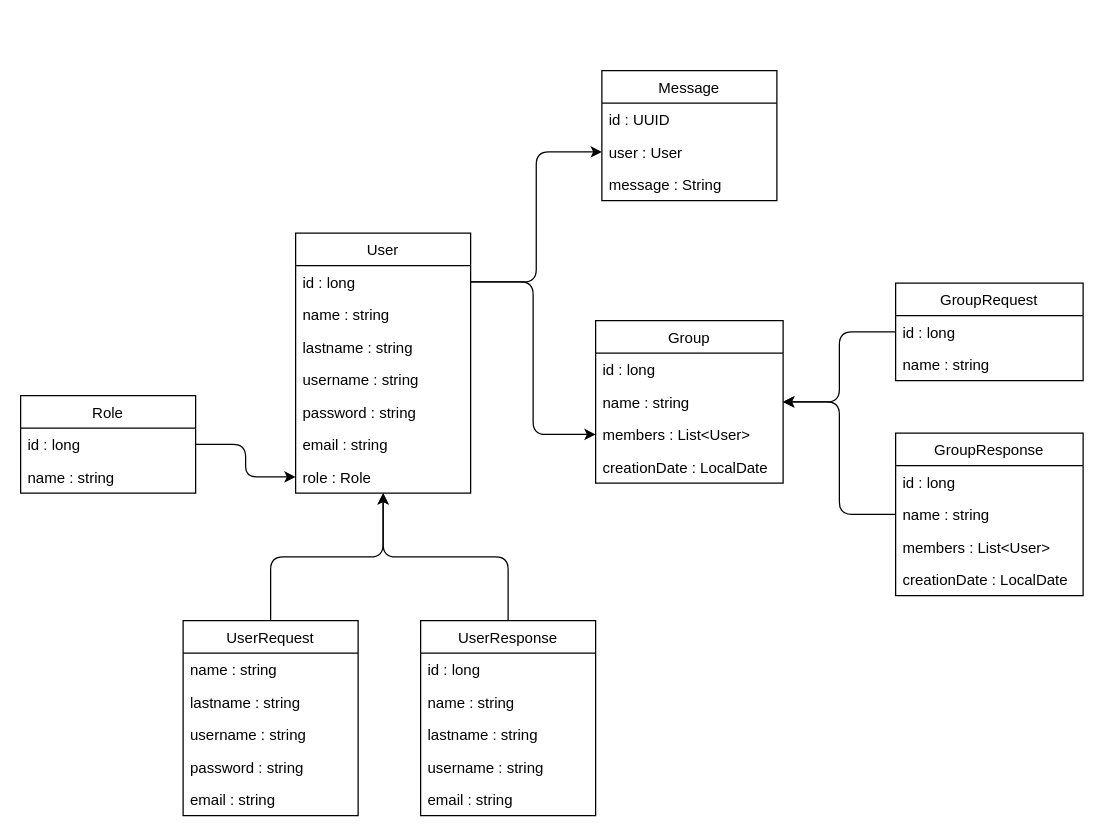
Earlier version of the draw.io diagram er-diagram.drawio (DanteDeLordran/TeamTalk-backend). Source tidied: cells renumbered, new cells numbered last; positions are measured from the earlier drawing's top-left corner, leaving out a move shared by most shapes. Both pictures are drawn from the tidied source at 125%, with x=0, y=0 at pixel (20, 70).
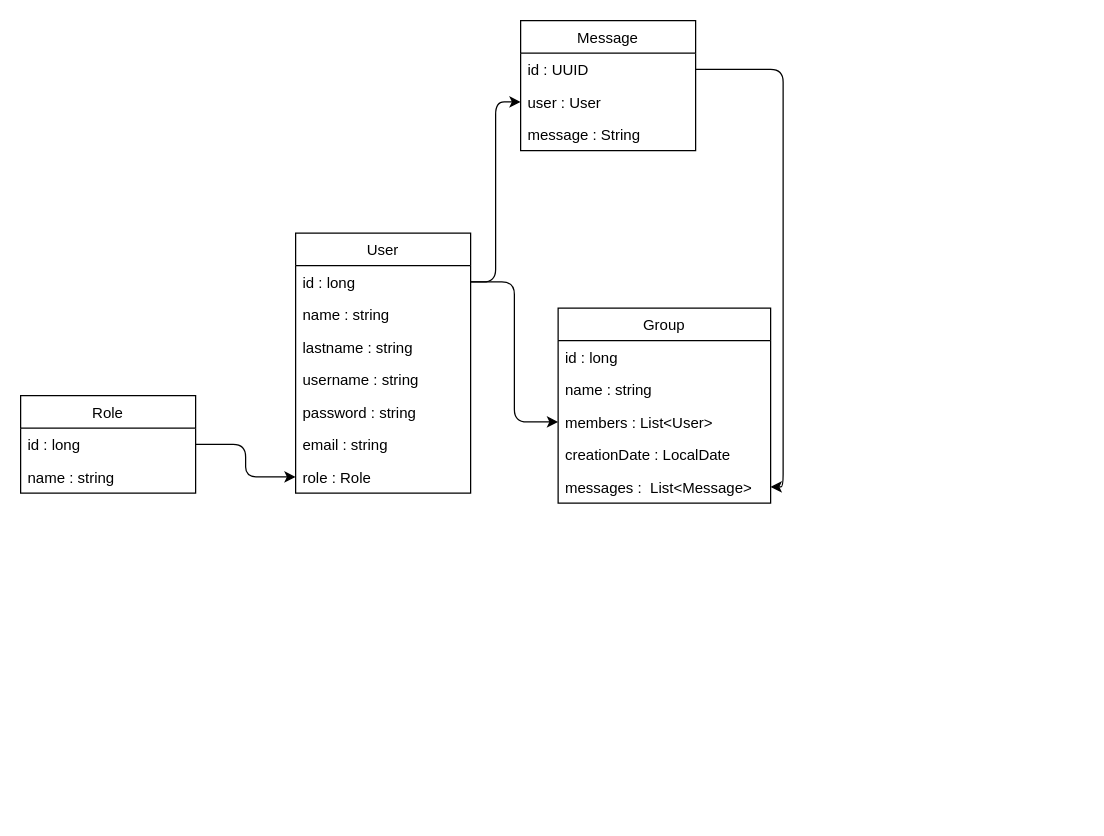
The same page after the edit.

Commit message (it also covers changes not shown here):
Refactored diagram and added Message entity

Unchanged cells that the change refers to:
```xml
<mxCell id="2" value="User" style="swimlane;fontStyle=0;horizontal=1;startSize=26;fillColor=none;" parent="1" vertex="1">
  <mxGeometry x="220" y="130" width="140" height="208" as="geometry" />
</mxCell>
<mxCell id="30" value="id : UUID" style="text;strokeColor=none;fillColor=none;align=left;verticalAlign=top;spacingLeft=4;spacingRight=4;overflow=hidden;points=[[0,0.5],[1,0.5]];portConstraint=eastwest;" parent="29" vertex="1">
  <mxGeometry y="26" width="140" height="26" as="geometry" />
</mxCell>
```

What changed in the source:
```diff
@@
-    <mxCell id="10" style="edgeStyle=orthogonalEdgeStyle;html=1;" parent="1" edge="1" source="11" target="2">
-      <mxGeometry relative="1" as="geometry" />
-    </mxCell>
-    <mxCell id="11" value="UserRequest" style="swimlane;fontStyle=0;horizontal=1;startSize=26;fillColor=none;" parent="1" vertex="1">
-      <mxGeometry x="130" y="440" width="140" height="156" as="geometry" />
-    </mxCell>
-    <mxCell id="12" value="name : string" style="text;strokeColor=none;fillColor=none;align=left;verticalAlign=top;spacingLeft=4;spacingRight=4;overflow=hidden;" parent="11" vertex="1">
-      <mxGeometry y="26" width="140" height="26" as="geometry" />
-    </mxCell>
-    <mxCell id="13" value="lastname : string" style="text;strokeColor=none;fillColor=none;align=left;verticalAlign=top;spacingLeft=4;spacingRight=4;overflow=hidden;" parent="11" vertex="1">
-      <mxGeometry y="52" width="140" height="26" as="geometry" />
-    </mxCell>
-    <mxCell id="14" value="username : string" style="text;strokeColor=none;fillColor=none;align=left;verticalAlign=top;spacingLeft=4;spacingRight=4;overflow=hidden;" parent="11" vertex="1">
-      <mxGeometry y="78" width="140" height="26" as="geometry" />
-    </mxCell>
-    <mxCell id="15" value="password : string" style="text;strokeColor=none;fillColor=none;align=left;verticalAlign=top;spacingLeft=4;spacingRight=4;overflow=hidden;" parent="11" vertex="1">
-      <mxGeometry y="104" width="140" height="26" as="geometry" />
-    </mxCell>
-    <mxCell id="16" value="email : string" style="text;strokeColor=none;fillColor=none;align=left;verticalAlign=top;spacingLeft=4;spacingRight=4;overflow=hidden;" parent="11" vertex="1">
-      <mxGeometry y="130" width="140" height="26" as="geometry" />
-    </mxCell>
-    <mxCell id="17" style="html=1;edgeStyle=orthogonalEdgeStyle;" parent="1" edge="1" source="18" target="2">
-      <mxGeometry relative="1" as="geometry" />
-    </mxCell>
-    <mxCell id="18" value="UserResponse" style="swimlane;fontStyle=0;horizontal=1;startSize=26;fillColor=none;" parent="1" vertex="1">
-      <mxGeometry x="320" y="440" width="140" height="156" as="geometry" />
-    </mxCell>
-    <mxCell id="19" value="id : long&#10;" style="text;strokeColor=none;fillColor=none;align=left;verticalAlign=top;spacingLeft=4;spacingRight=4;overflow=hidden;" parent="18" vertex="1">
-      <mxGeometry y="26" width="140" height="26" as="geometry" />
-    </mxCell>
-    <mxCell id="20" value="name : string" style="text;strokeColor=none;fillColor=none;align=left;verticalAlign=top;spacingLeft=4;spacingRight=4;overflow=hidden;" parent="18" vertex="1">
-      <mxGeometry y="52" width="140" height="26" as="geometry" />
-    </mxCell>
-    <mxCell id="21" value="lastname : string" style="text;strokeColor=none;fillColor=none;align=left;verticalAlign=top;spacingLeft=4;spacingRight=4;overflow=hidden;" parent="18" vertex="1">
-      <mxGeometry y="78" width="140" height="26" as="geometry" />
-    </mxCell>
-    <mxCell id="22" value="username : string" style="text;strokeColor=none;fillColor=none;align=left;verticalAlign=top;spacingLeft=4;spacingRight=4;overflow=hidden;" parent="18" vertex="1">
-      <mxGeometry y="104" width="140" height="26" as="geometry" />
-    </mxCell>
-    <mxCell id="23" value="email : string" style="text;strokeColor=none;fillColor=none;align=left;verticalAlign=top;spacingLeft=4;spacingRight=4;overflow=hidden;" parent="18" vertex="1">
-      <mxGeometry y="130" width="140" height="26" as="geometry" />
-    </mxCell>
     <mxCell id="24" value="Group" style="swimlane;fontStyle=0;horizontal=1;startSize=26;fillColor=none;" parent="1" vertex="1">
-      <mxGeometry x="460" y="200" width="150" height="130" as="geometry" />
+      <mxGeometry x="430" y="190" width="170" height="156" as="geometry" />
     </mxCell>
     <mxCell id="25" value="id : long" style="text;strokeColor=none;fillColor=none;align=left;verticalAlign=top;spacingLeft=4;spacingRight=4;overflow=hidden;" parent="24" vertex="1">
-      <mxGeometry y="26" width="150" height="26" as="geometry" />
+      <mxGeometry y="26" width="170" height="26" as="geometry" />
     </mxCell>
     <mxCell id="26" value="name : string" style="text;strokeColor=none;fillColor=none;align=left;verticalAlign=top;spacingLeft=4;spacingRight=4;overflow=hidden;" parent="24" vertex="1">
-      <mxGeometry y="52" width="150" height="26" as="geometry" />
+      <mxGeometry y="52" width="170" height="26" as="geometry" />
     </mxCell>
     <mxCell id="27" value="members : List&lt;User&gt;" style="text;strokeColor=none;fillColor=none;align=left;verticalAlign=top;spacingLeft=4;spacingRight=4;overflow=hidden;points=[[0,0.5],[1,0.5]];portConstraint=eastwest;" parent="24" vertex="1">
-      <mxGeometry y="78" width="150" height="26" as="geometry" />
+      <mxGeometry y="78" width="170" height="26" as="geometry" />
     </mxCell>
     <mxCell id="28" value="creationDate : LocalDate" style="text;strokeColor=none;fillColor=none;align=left;verticalAlign=top;spacingLeft=4;spacingRight=4;overflow=hidden;" parent="24" vertex="1">
-      <mxGeometry y="104" width="150" height="26" as="geometry" />
+      <mxGeometry y="104" width="170" height="26" as="geometry" />
     </mxCell>
+    <mxCell id="43" value="messages :  List&lt;Message&gt;" style="text;strokeColor=none;fillColor=none;align=left;verticalAlign=top;spacingLeft=4;spacingRight=4;overflow=hidden;points=[[0,0.5],[1,0.5]];portConstraint=eastwest;" parent="24" vertex="1">
+      <mxGeometry y="130" width="170" height="26" as="geometry" />
+    </mxCell>
     <mxCell id="29" value="Message" style="swimlane;fontStyle=0;horizontal=1;startSize=26;fillColor=none;" parent="1" vertex="1">
-      <mxGeometry x="465" width="140" height="104" as="geometry" />
+      <mxGeometry x="400" y="-40" width="140" height="104" as="geometry" />
     </mxCell>
@@
-    <mxCell id="39" style="edgeStyle=orthogonalEdgeStyle;html=1;" parent="1" edge="1" source="40" target="24">
-      <mxGeometry relative="1" as="geometry" />
-    </mxCell>
-    <mxCell id="40" value="GroupRequest" style="swimlane;fontStyle=0;horizontal=1;startSize=26;fillColor=none;" parent="1" vertex="1">
-      <mxGeometry x="700" y="170" width="150" height="78" as="geometry" />
-    </mxCell>
-    <mxCell id="41" value="id : long" style="text;strokeColor=none;fillColor=none;align=left;verticalAlign=top;spacingLeft=4;spacingRight=4;overflow=hidden;" parent="40" vertex="1">
-      <mxGeometry y="26" width="150" height="26" as="geometry" />
-    </mxCell>
-    <mxCell id="42" value="name : string" style="text;strokeColor=none;fillColor=none;align=left;verticalAlign=top;spacingLeft=4;spacingRight=4;overflow=hidden;" parent="40" vertex="1">
-      <mxGeometry y="52" width="150" height="26" as="geometry" />
-    </mxCell>
-    <mxCell id="43" style="edgeStyle=orthogonalEdgeStyle;html=1;" parent="1" edge="1" source="44" target="24">
-      <mxGeometry relative="1" as="geometry" />
-    </mxCell>
-    <mxCell id="44" value="GroupResponse" style="swimlane;fontStyle=0;horizontal=1;startSize=26;fillColor=none;" parent="1" vertex="1">
-      <mxGeometry x="700" y="290" width="150" height="130" as="geometry" />
-    </mxCell>
-    <mxCell id="45" value="id : long" style="text;strokeColor=none;fillColor=none;align=left;verticalAlign=top;spacingLeft=4;spacingRight=4;overflow=hidden;" parent="44" vertex="1">
-      <mxGeometry y="26" width="150" height="26" as="geometry" />
-    </mxCell>
-    <mxCell id="46" value="name : string" style="text;strokeColor=none;fillColor=none;align=left;verticalAlign=top;spacingLeft=4;spacingRight=4;overflow=hidden;" parent="44" vertex="1">
-      <mxGeometry y="52" width="150" height="26" as="geometry" />
-    </mxCell>
-    <mxCell id="47" value="members : List&lt;User&gt;" style="text;strokeColor=none;fillColor=none;align=left;verticalAlign=top;spacingLeft=4;spacingRight=4;overflow=hidden;" parent="44" vertex="1">
-      <mxGeometry y="78" width="150" height="26" as="geometry" />
-    </mxCell>
-    <mxCell id="48" value="creationDate : LocalDate" style="text;strokeColor=none;fillColor=none;align=left;verticalAlign=top;spacingLeft=4;spacingRight=4;overflow=hidden;" parent="44" vertex="1">
-      <mxGeometry y="104" width="150" height="26" as="geometry" />
-    </mxCell>
+    <mxCell id="49" style="edgeStyle=orthogonalEdgeStyle;html=1;entryX=1;entryY=0.5;entryDx=0;entryDy=0;" parent="1" edge="1" source="30" target="43">
+      <mxGeometry relative="1" as="geometry" />
+    </mxCell>
```
